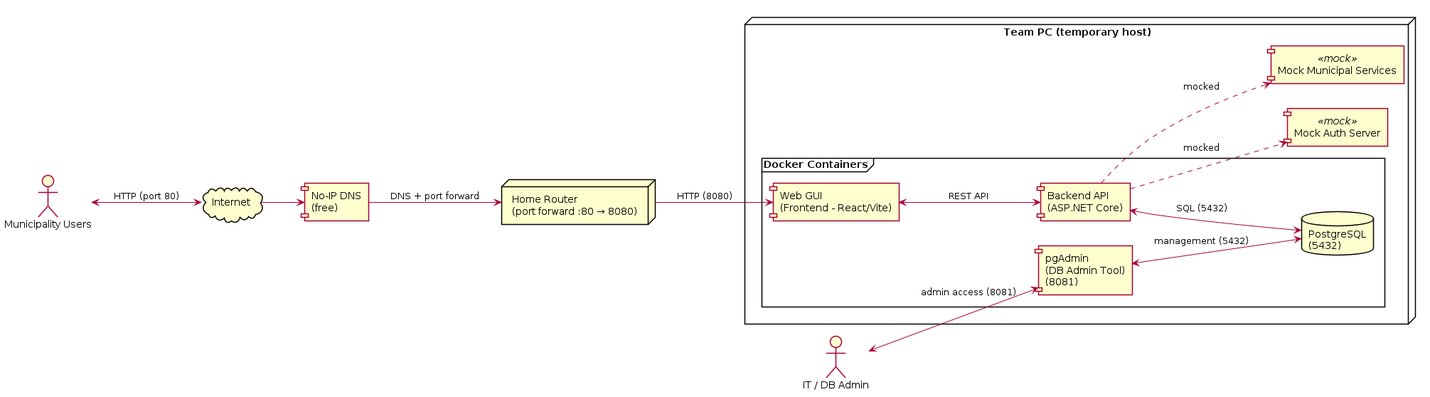
Earlier version of the PlantUML export docs/Stage A submission/uml/deployment_current.png (bbdaria/GhostHouses). Its source is kept beside it as docs/Stage A submission/uml/deployment_current.puml.
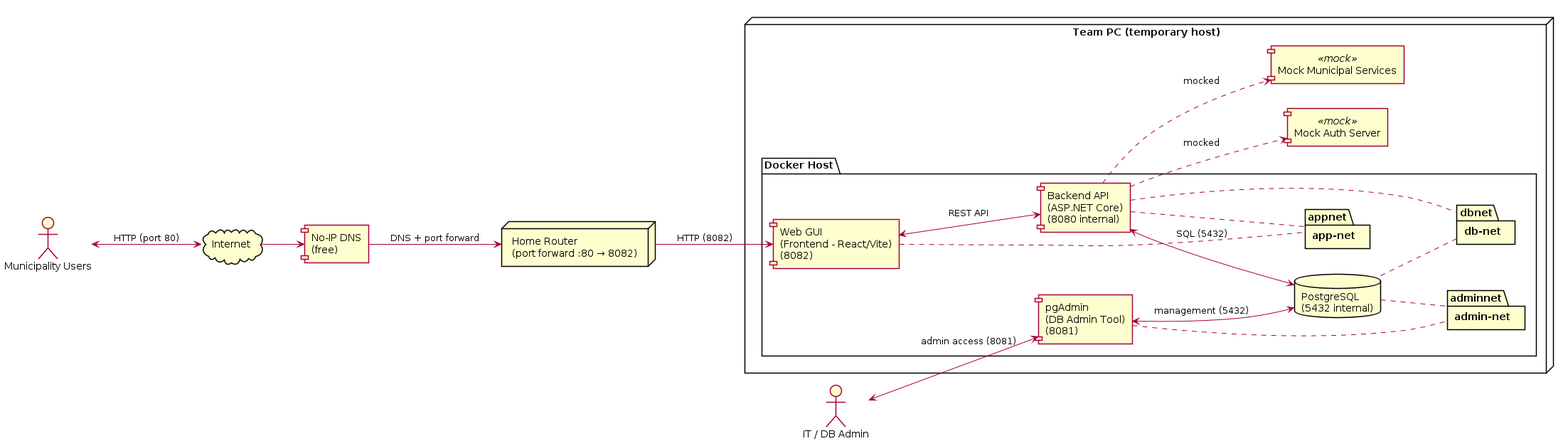
The same diagram one commit later.

The edit, as a diff of the source:
```diff
@@ -1,20 +1,32 @@
 @startuml
 skinparam shadowing false
 skinparam componentStyle rectangle
+skinparam packageStyle rectangle
 left to right direction
 
 actor "Municipality Users" as users
 actor "IT / DB Admin" as itadmin
 cloud "Internet" as internet
 component "No‑IP DNS\n(free)" as noip
-node "Home Router\n(port forward :80 → 8080)" as router
+node "Home Router\n(port forward :80 → 8082)" as router
 
 node "Team PC (temporary host)" {
-  frame "Docker Containers" {
-    component "Web GUI\n(Frontend - React/Vite)" as web
-    component "Backend API\n(ASP.NET Core)" as api
-    database "PostgreSQL\n(5432)" as db
+  package "Docker Host" {
+    component "Web GUI\n(Frontend - React/Vite)\n(8082)" as web
+    component "Backend API\n(ASP.NET Core)\n(8080 internal)" as api
+    database "PostgreSQL\n(5432 internal)" as db
     component "pgAdmin\n(DB Admin Tool)\n(8081)" as pgadmin
+
+    package "app-net" as appnet
+    package "db-net" as dbnet
+    package "admin-net" as adminnet
+
+    web .. appnet
+    api .. appnet
+    api .. dbnet
+    db .. dbnet
+    db .. adminnet
+    pgadmin .. adminnet
   }
   component "Mock Auth Server" as mockauth <<mock>>
   component "Mock Municipal Services" as mocksvc <<mock>>
@@ -23,7 +35,7 @@
 users <--> internet : HTTP (port 80)
 internet --> noip
 noip --> router : DNS + port forward
-router --> web : HTTP (8080)
+router --> web : HTTP (8082)
 web <--> api : REST API
 api <--> db : SQL (5432)
 pgadmin <--> db : management (5432)
```
